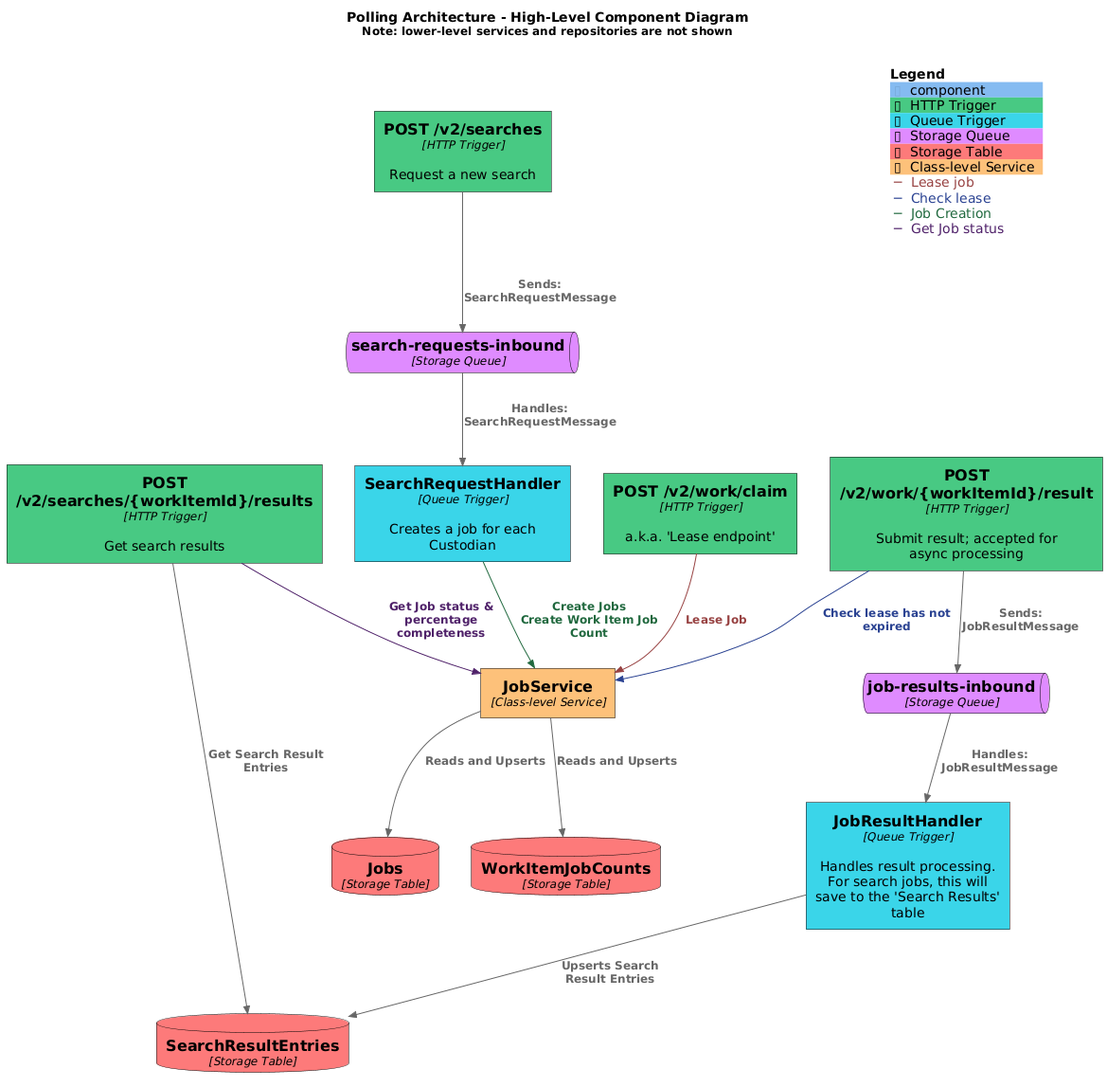
The PlantUML diagram Docs/Architecture models/generated/polling-architecture.png in DFE-Digital/single-unique-identifier, before a commit.
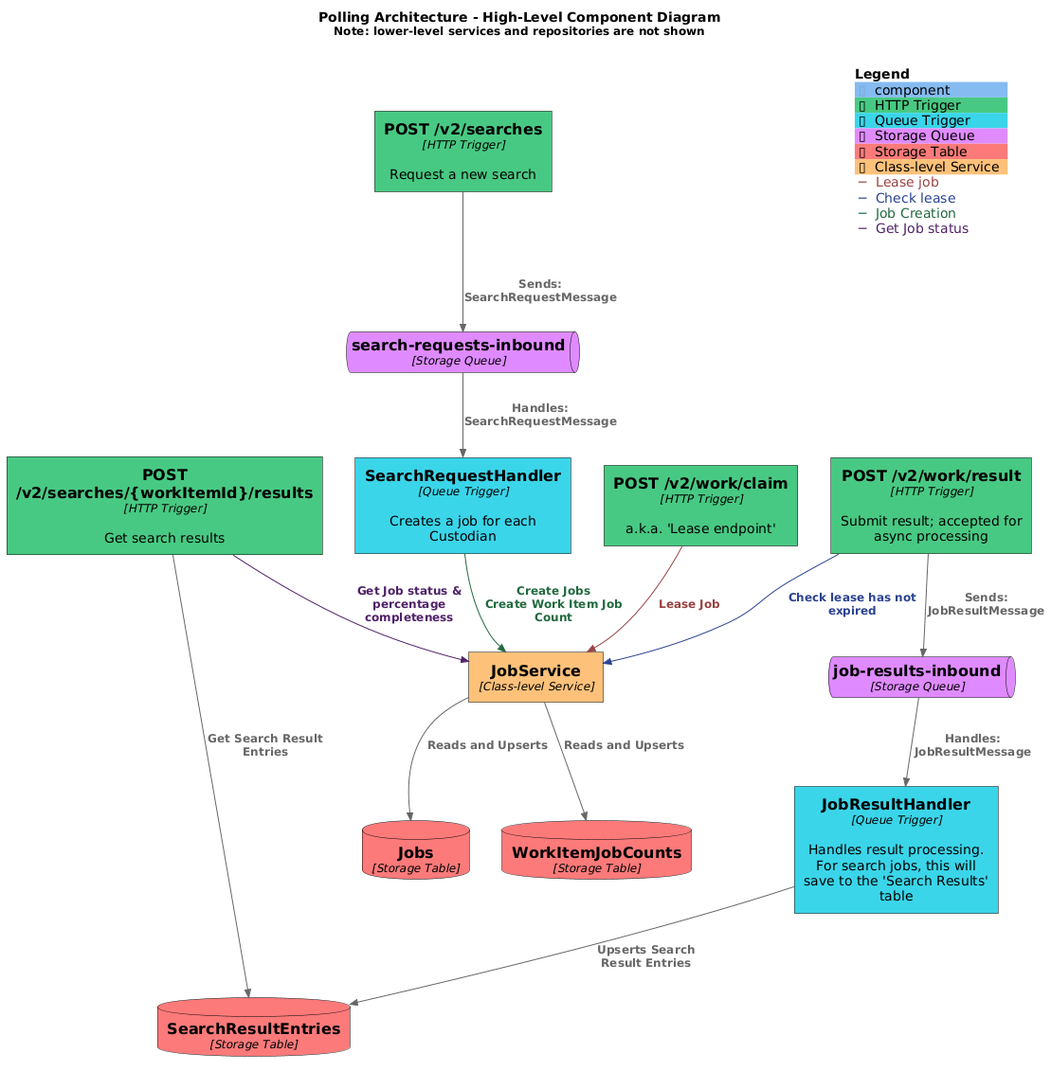
Later version of the same file.

What changed in the source:
```diff
@@ -38,7 +38,7 @@
 Rel(ClaimWorkEndpoint, JobsService, "Lease Job", $tags="Lease job")
 
 
-Component(SubmitResultEndpoint, "POST /v2/work/{workItemId}/result", "HTTP Trigger", "Submit result; accepted for async processing", $tags="HTTP Trigger")
+Component(SubmitResultEndpoint, "POST /v2/work/result", "HTTP Trigger", "Submit result; accepted for async processing", $tags="HTTP Trigger")
 ComponentQueue(JobResultsInboundQueue, "job-results-inbound", "Storage Queue", $tags="Storage Queue")
 Component(JobResultHandler, "JobResultHandler", "Queue Trigger", "Handles result processing. For search jobs, this will save to the 'Search Results' table", $tags="Queue Trigger")
 ComponentDb(SearchResultEntriesTable, "SearchResultEntries", "Storage Table", $tags="Storage Table")
```
